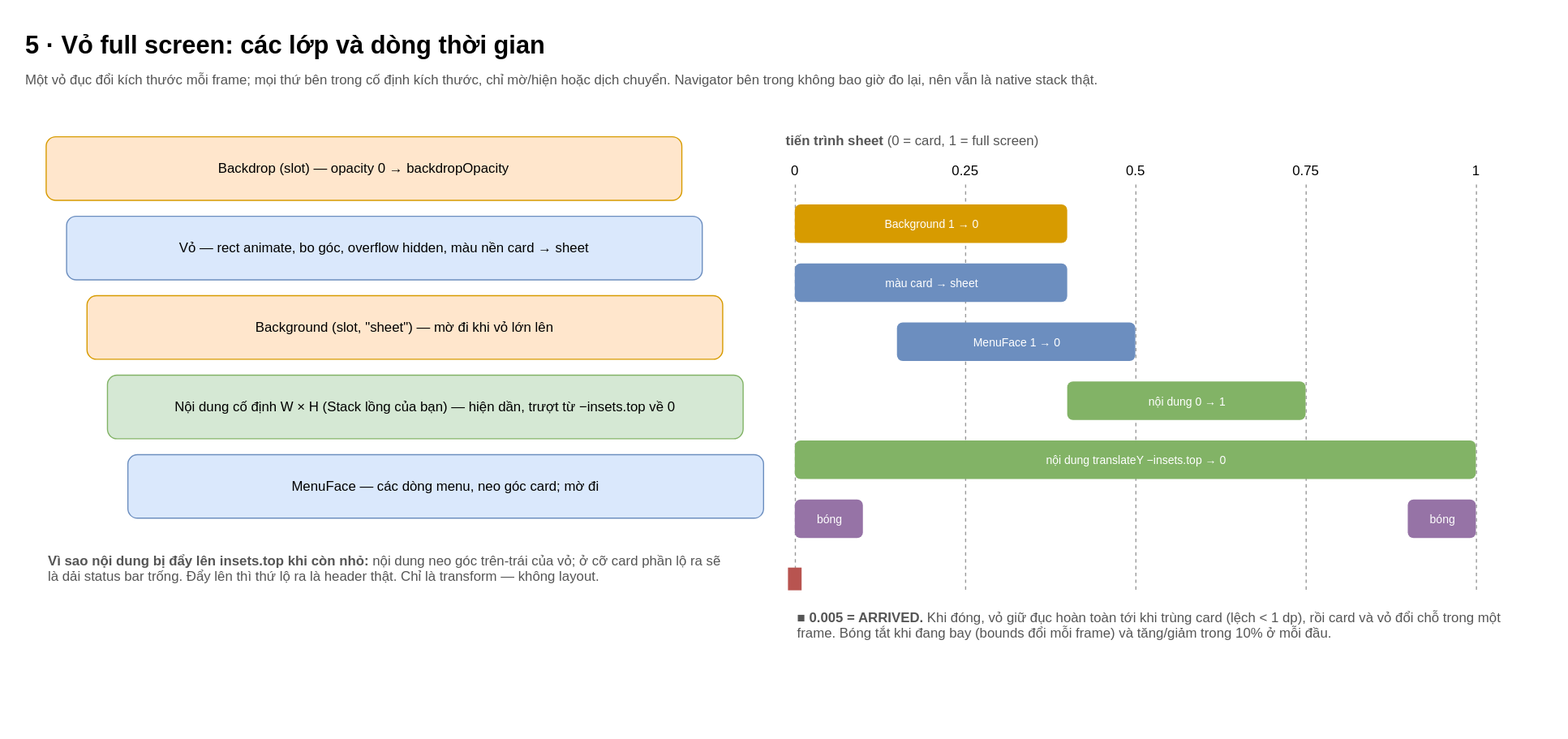
Before: docs/diagrams/svg/vi/5-shell.svg, a diagram exported from draw.io (anhtuank7c/expo-morph-menu). Source tidied: cells renumbered, new cells last; positions are measured from the earlier drawing's top-left corner, leaving out a move shared by most shapes. Its diagram source:
```xml
<mxGraphModel background="#ffffff">
  <root>
    <mxCell id="0" />
    <mxCell id="1" parent="0" />
    <mxCell id="2" value="5 · Vỏ full screen: các lớp và dòng thời gian" style="text;html=1;fontSize=22;fontStyle=1;align=left;verticalAlign=top;" parent="1" vertex="1">
      <mxGeometry width="1000" height="34" as="geometry" />
    </mxCell>
    <mxCell id="3" value="Một vỏ đục đổi kích thước mỗi frame; mọi thứ bên trong cố định kích thước, chỉ mờ/hiện hoặc dịch chuyển. Navigator bên trong không bao giờ đo lại, nên vẫn là native stack thật." style="text;html=1;fontSize=12;fontColor=#555555;align=left;verticalAlign=top;whiteSpace=wrap;" parent="1" vertex="1">
      <mxGeometry y="36" width="1300" height="40" as="geometry" />
    </mxCell>
    <mxCell id="4" value="Backdrop (slot) — opacity 0 → backdropOpacity" style="rounded=1;whiteSpace=wrap;html=1;fillColor=#ffe6cc;strokeColor=#d79b00;" parent="1" vertex="1">
      <mxGeometry x="20" y="100" width="560" height="56" as="geometry" />
    </mxCell>
    <mxCell id="5" value="Vỏ — rect animate, bo góc, overflow hidden, màu nền card → sheet" style="rounded=1;whiteSpace=wrap;html=1;fillColor=#dae8fc;strokeColor=#6c8ebf;" parent="1" vertex="1">
      <mxGeometry x="38" y="170" width="560" height="56" as="geometry" />
    </mxCell>
    <mxCell id="6" value="Background (slot, &quot;sheet&quot;) — mờ đi khi vỏ lớn lên" style="rounded=1;whiteSpace=wrap;html=1;fillColor=#ffe6cc;strokeColor=#d79b00;" parent="1" vertex="1">
      <mxGeometry x="56" y="240" width="560" height="56" as="geometry" />
    </mxCell>
    <mxCell id="7" value="Nội dung cố định W × H (Stack lồng của bạn) — hiện dần, trượt từ −insets.top về 0" style="rounded=1;whiteSpace=wrap;html=1;fillColor=#d5e8d4;strokeColor=#82b366;" parent="1" vertex="1">
      <mxGeometry x="74" y="310" width="560" height="56" as="geometry" />
    </mxCell>
    <mxCell id="8" value="MenuFace — các dòng menu, neo góc card; mờ đi" style="rounded=1;whiteSpace=wrap;html=1;fillColor=#dae8fc;strokeColor=#6c8ebf;" parent="1" vertex="1">
      <mxGeometry x="92" y="380" width="560" height="56" as="geometry" />
    </mxCell>
    <mxCell id="9" value="&lt;b&gt;Vì sao nội dung bị đẩy lên insets.top khi còn nhỏ:&lt;/b&gt; nội dung neo góc trên-trái của vỏ; ở cỡ card phần lộ ra sẽ là dải status bar trống. Đẩy lên thì thứ lộ ra là header thật. Chỉ là transform — không layout." style="text;html=1;fontSize=12;fontColor=#555555;align=left;verticalAlign=top;whiteSpace=wrap;" parent="1" vertex="1">
      <mxGeometry x="20" y="460" width="600" height="120" as="geometry" />
    </mxCell>
    <mxCell id="10" value="&lt;b&gt;tiến trình sheet&lt;/b&gt; (0 = card, 1 = full screen)" style="text;html=1;fontSize=12;fontColor=#555555;align=left;verticalAlign=top;whiteSpace=wrap;" parent="1" vertex="1">
      <mxGeometry x="670" y="90" width="640" height="24" as="geometry" />
    </mxCell>
    <mxCell id="11" value="0" style="text;html=1;fontSize=12;align=center;verticalAlign=middle;whiteSpace=wrap;" parent="1" vertex="1">
      <mxGeometry x="660" y="120" width="40" height="20" as="geometry" />
    </mxCell>
    <mxCell id="12" style="endArrow=none;dashed=1;html=1;strokeColor=#999999;" parent="1" edge="1">
      <mxGeometry relative="1" as="geometry">
        <mxPoint x="680" y="142" as="sourcePoint" />
        <mxPoint x="680" y="500" as="targetPoint" />
      </mxGeometry>
    </mxCell>
    <mxCell id="13" value="0.25" style="text;html=1;fontSize=12;align=center;verticalAlign=middle;whiteSpace=wrap;" parent="1" vertex="1">
      <mxGeometry x="810" y="120" width="40" height="20" as="geometry" />
    </mxCell>
    <mxCell id="14" style="endArrow=none;dashed=1;html=1;strokeColor=#999999;" parent="1" edge="1">
      <mxGeometry relative="1" as="geometry">
        <mxPoint x="830" y="142" as="sourcePoint" />
        <mxPoint x="830" y="500" as="targetPoint" />
      </mxGeometry>
    </mxCell>
    <mxCell id="15" value="0.5" style="text;html=1;fontSize=12;align=center;verticalAlign=middle;whiteSpace=wrap;" parent="1" vertex="1">
      <mxGeometry x="960" y="120" width="40" height="20" as="geometry" />
    </mxCell>
    <mxCell id="16" style="endArrow=none;dashed=1;html=1;strokeColor=#999999;" parent="1" edge="1">
      <mxGeometry relative="1" as="geometry">
        <mxPoint x="980" y="142" as="sourcePoint" />
        <mxPoint x="980" y="500" as="targetPoint" />
      </mxGeometry>
    </mxCell>
    <mxCell id="17" value="0.75" style="text;html=1;fontSize=12;align=center;verticalAlign=middle;whiteSpace=wrap;" parent="1" vertex="1">
      <mxGeometry x="1110" y="120" width="40" height="20" as="geometry" />
    </mxCell>
    <mxCell id="18" style="endArrow=none;dashed=1;html=1;strokeColor=#999999;" parent="1" edge="1">
      <mxGeometry relative="1" as="geometry">
        <mxPoint x="1130" y="142" as="sourcePoint" />
        <mxPoint x="1130" y="500" as="targetPoint" />
      </mxGeometry>
    </mxCell>
    <mxCell id="19" value="1" style="text;html=1;fontSize=12;align=center;verticalAlign=middle;whiteSpace=wrap;" parent="1" vertex="1">
      <mxGeometry x="1260" y="120" width="40" height="20" as="geometry" />
    </mxCell>
    <mxCell id="20" style="endArrow=none;dashed=1;html=1;strokeColor=#999999;" parent="1" edge="1">
      <mxGeometry relative="1" as="geometry">
        <mxPoint x="1280" y="142" as="sourcePoint" />
        <mxPoint x="1280" y="500" as="targetPoint" />
      </mxGeometry>
    </mxCell>
    <mxCell id="21" value="Background 1 → 0" style="rounded=1;html=1;strokeColor=none;fontSize=10;fontColor=#ffffff;fillColor=#d79b00;" parent="1" vertex="1">
      <mxGeometry x="680" y="160" width="240" height="34" as="geometry" />
    </mxCell>
    <mxCell id="22" value="màu card → sheet" style="rounded=1;html=1;strokeColor=none;fontSize=10;fontColor=#ffffff;fillColor=#6c8ebf;" parent="1" vertex="1">
      <mxGeometry x="680" y="212" width="240" height="34" as="geometry" />
    </mxCell>
    <mxCell id="23" value="MenuFace 1 → 0" style="rounded=1;html=1;strokeColor=none;fontSize=10;fontColor=#ffffff;fillColor=#6c8ebf;" parent="1" vertex="1">
      <mxGeometry x="770" y="264" width="210" height="34" as="geometry" />
    </mxCell>
    <mxCell id="24" value="nội dung 0 → 1" style="rounded=1;html=1;strokeColor=none;fontSize=10;fontColor=#ffffff;fillColor=#82b366;" parent="1" vertex="1">
      <mxGeometry x="920" y="316" width="210" height="34" as="geometry" />
    </mxCell>
    <mxCell id="25" value="nội dung translateY −insets.top → 0" style="rounded=1;html=1;strokeColor=none;fontSize=10;fontColor=#ffffff;fillColor=#82b366;" parent="1" vertex="1">
      <mxGeometry x="680" y="368" width="600" height="34" as="geometry" />
    </mxCell>
    <mxCell id="26" value="bóng" style="rounded=1;html=1;strokeColor=none;fontSize=10;fontColor=#ffffff;fillColor=#9673a6;" parent="1" vertex="1">
      <mxGeometry x="680" y="420" width="60" height="34" as="geometry" />
    </mxCell>
    <mxCell id="27" value="bóng" style="rounded=1;html=1;strokeColor=none;fontSize=10;fontColor=#ffffff;fillColor=#9673a6;" parent="1" vertex="1">
      <mxGeometry x="1220" y="420" width="60" height="34" as="geometry" />
    </mxCell>
    <mxCell id="28" style="rounded=0;html=1;fillColor=#b85450;strokeColor=none;" parent="1" vertex="1">
      <mxGeometry x="674" y="480" width="12" height="20" as="geometry" />
    </mxCell>
    <mxCell id="29" value="&lt;b&gt;■ 0.005 = ARRIVED.&lt;/b&gt; Khi đóng, vỏ giữ đục hoàn toàn tới khi trùng card (lệch &amp;lt; 1 dp), rồi card và vỏ đổi chỗ trong một frame. Bóng tắt khi đang bay (bounds đổi mỗi frame) và tăng/giảm trong 10% ở mỗi đầu." style="text;html=1;fontSize=12;fontColor=#555555;align=left;verticalAlign=top;whiteSpace=wrap;" parent="1" vertex="1">
      <mxGeometry x="680" y="510" width="640" height="80" as="geometry" />
    </mxCell>
  </root>
</mxGraphModel>
```
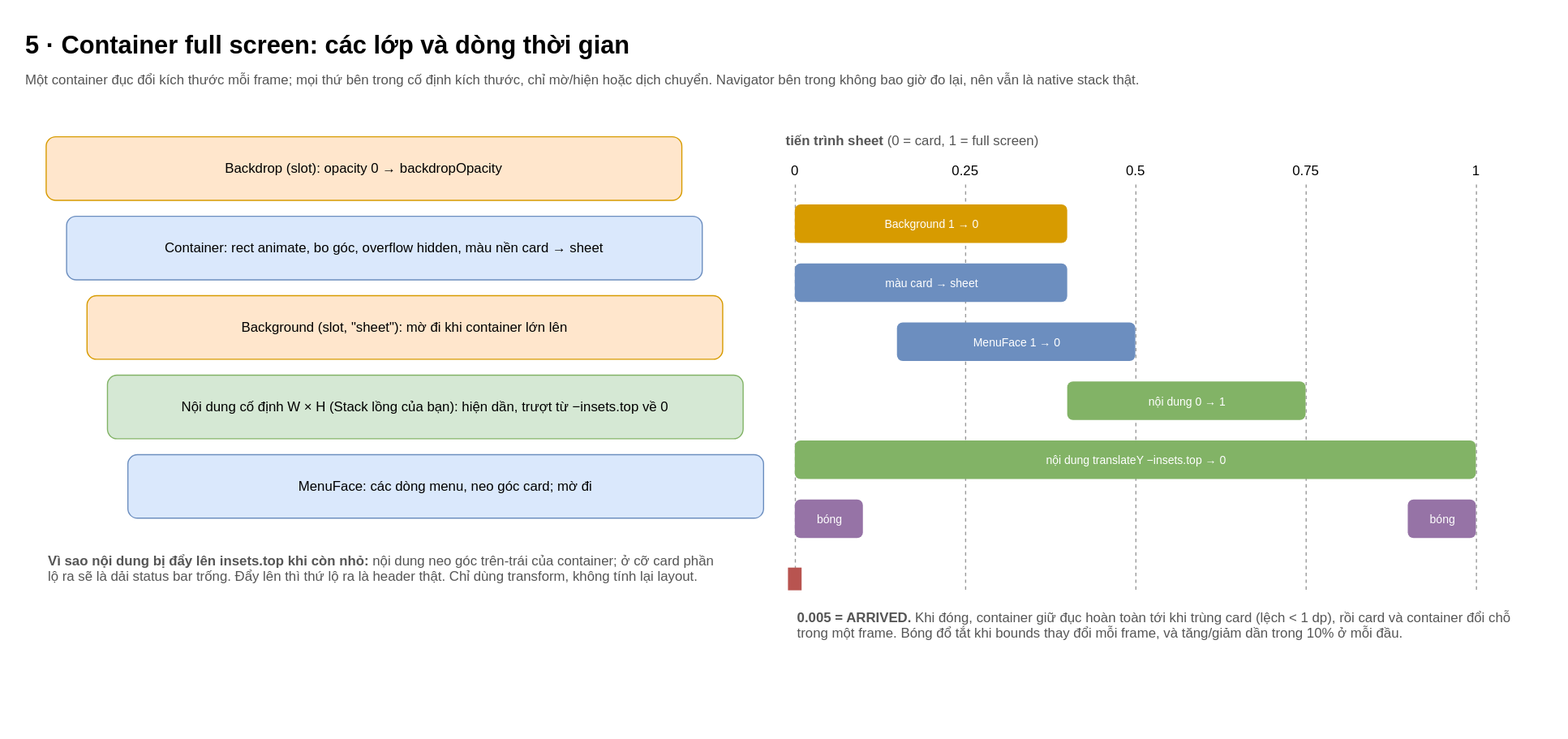
After the change.

Diff of the diagram source:
```diff
@@ -2,28 +2,28 @@
   <root>
     <mxCell id="0" />
     <mxCell id="1" parent="0" />
-    <mxCell id="2" value="5 · Vỏ full screen: các lớp và dòng thời gian" style="text;html=1;fontSize=22;fontStyle=1;align=left;verticalAlign=top;" parent="1" vertex="1">
+    <mxCell id="2" value="5 · Container full screen: các lớp và dòng thời gian" style="text;html=1;fontSize=22;fontStyle=1;align=left;verticalAlign=top;" parent="1" vertex="1">
       <mxGeometry width="1000" height="34" as="geometry" />
     </mxCell>
-    <mxCell id="3" value="Một vỏ đục đổi kích thước mỗi frame; mọi thứ bên trong cố định kích thước, chỉ mờ/hiện hoặc dịch chuyển. Navigator bên trong không bao giờ đo lại, nên vẫn là native stack thật." style="text;html=1;fontSize=12;fontColor=#555555;align=left;verticalAlign=top;whiteSpace=wrap;" parent="1" vertex="1">
+    <mxCell id="3" value="Một container đục đổi kích thước mỗi frame; mọi thứ bên trong cố định kích thước, chỉ mờ/hiện hoặc dịch chuyển. Navigator bên trong không bao giờ đo lại, nên vẫn là native stack thật." style="text;html=1;fontSize=12;fontColor=#555555;align=left;verticalAlign=top;whiteSpace=wrap;" parent="1" vertex="1">
       <mxGeometry y="36" width="1300" height="40" as="geometry" />
     </mxCell>
-    <mxCell id="4" value="Backdrop (slot) — opacity 0 → backdropOpacity" style="rounded=1;whiteSpace=wrap;html=1;fillColor=#ffe6cc;strokeColor=#d79b00;" parent="1" vertex="1">
+    <mxCell id="4" value="Backdrop (slot): opacity 0 → backdropOpacity" style="rounded=1;whiteSpace=wrap;html=1;fillColor=#ffe6cc;strokeColor=#d79b00;" parent="1" vertex="1">
       <mxGeometry x="20" y="100" width="560" height="56" as="geometry" />
     </mxCell>
-    <mxCell id="5" value="Vỏ — rect animate, bo góc, overflow hidden, màu nền card → sheet" style="rounded=1;whiteSpace=wrap;html=1;fillColor=#dae8fc;strokeColor=#6c8ebf;" parent="1" vertex="1">
+    <mxCell id="5" value="Container: rect animate, bo góc, overflow hidden, màu nền card → sheet" style="rounded=1;whiteSpace=wrap;html=1;fillColor=#dae8fc;strokeColor=#6c8ebf;" parent="1" vertex="1">
       <mxGeometry x="38" y="170" width="560" height="56" as="geometry" />
     </mxCell>
-    <mxCell id="6" value="Background (slot, &quot;sheet&quot;) — mờ đi khi vỏ lớn lên" style="rounded=1;whiteSpace=wrap;html=1;fillColor=#ffe6cc;strokeColor=#d79b00;" parent="1" vertex="1">
+    <mxCell id="6" value="Background (slot, &quot;sheet&quot;): mờ đi khi container lớn lên" style="rounded=1;whiteSpace=wrap;html=1;fillColor=#ffe6cc;strokeColor=#d79b00;" parent="1" vertex="1">
       <mxGeometry x="56" y="240" width="560" height="56" as="geometry" />
     </mxCell>
-    <mxCell id="7" value="Nội dung cố định W × H (Stack lồng của bạn) — hiện dần, trượt từ −insets.top về 0" style="rounded=1;whiteSpace=wrap;html=1;fillColor=#d5e8d4;strokeColor=#82b366;" parent="1" vertex="1">
+    <mxCell id="7" value="Nội dung cố định W × H (Stack lồng của bạn): hiện dần, trượt từ −insets.top về 0" style="rounded=1;whiteSpace=wrap;html=1;fillColor=#d5e8d4;strokeColor=#82b366;" parent="1" vertex="1">
       <mxGeometry x="74" y="310" width="560" height="56" as="geometry" />
     </mxCell>
-    <mxCell id="8" value="MenuFace — các dòng menu, neo góc card; mờ đi" style="rounded=1;whiteSpace=wrap;html=1;fillColor=#dae8fc;strokeColor=#6c8ebf;" parent="1" vertex="1">
+    <mxCell id="8" value="MenuFace: các dòng menu, neo góc card; mờ đi" style="rounded=1;whiteSpace=wrap;html=1;fillColor=#dae8fc;strokeColor=#6c8ebf;" parent="1" vertex="1">
       <mxGeometry x="92" y="380" width="560" height="56" as="geometry" />
     </mxCell>
-    <mxCell id="9" value="&lt;b&gt;Vì sao nội dung bị đẩy lên insets.top khi còn nhỏ:&lt;/b&gt; nội dung neo góc trên-trái của vỏ; ở cỡ card phần lộ ra sẽ là dải status bar trống. Đẩy lên thì thứ lộ ra là header thật. Chỉ là transform — không layout." style="text;html=1;fontSize=12;fontColor=#555555;align=left;verticalAlign=top;whiteSpace=wrap;" parent="1" vertex="1">
+    <mxCell id="9" value="&lt;b&gt;Vì sao nội dung bị đẩy lên insets.top khi còn nhỏ:&lt;/b&gt; nội dung neo góc trên-trái của container; ở cỡ card phần lộ ra sẽ là dải status bar trống. Đẩy lên thì thứ lộ ra là header thật. Chỉ dùng transform, không tính lại layout." style="text;html=1;fontSize=12;fontColor=#555555;align=left;verticalAlign=top;whiteSpace=wrap;" parent="1" vertex="1">
       <mxGeometry x="20" y="460" width="600" height="120" as="geometry" />
     </mxCell>
     <mxCell id="10" value="&lt;b&gt;tiến trình sheet&lt;/b&gt; (0 = card, 1 = full screen)" style="text;html=1;fontSize=12;fontColor=#555555;align=left;verticalAlign=top;whiteSpace=wrap;" parent="1" vertex="1">
@@ -98,7 +98,7 @@
     <mxCell id="28" style="rounded=0;html=1;fillColor=#b85450;strokeColor=none;" parent="1" vertex="1">
       <mxGeometry x="674" y="480" width="12" height="20" as="geometry" />
     </mxCell>
-    <mxCell id="29" value="&lt;b&gt;■ 0.005 = ARRIVED.&lt;/b&gt; Khi đóng, vỏ giữ đục hoàn toàn tới khi trùng card (lệch &amp;lt; 1 dp), rồi card và vỏ đổi chỗ trong một frame. Bóng tắt khi đang bay (bounds đổi mỗi frame) và tăng/giảm trong 10% ở mỗi đầu." style="text;html=1;fontSize=12;fontColor=#555555;align=left;verticalAlign=top;whiteSpace=wrap;" parent="1" vertex="1">
+    <mxCell id="29" value="&lt;b&gt;0.005 = ARRIVED.&lt;/b&gt; Khi đóng, container giữ đục hoàn toàn tới khi trùng card (lệch &amp;lt; 1 dp), rồi card và container đổi chỗ trong một frame. Bóng đổ tắt khi bounds thay đổi mỗi frame, và tăng/giảm dần trong 10% ở mỗi đầu." style="text;html=1;fontSize=12;fontColor=#555555;align=left;verticalAlign=top;whiteSpace=wrap;" parent="1" vertex="1">
       <mxGeometry x="680" y="510" width="640" height="80" as="geometry" />
     </mxCell>
   </root>
```
